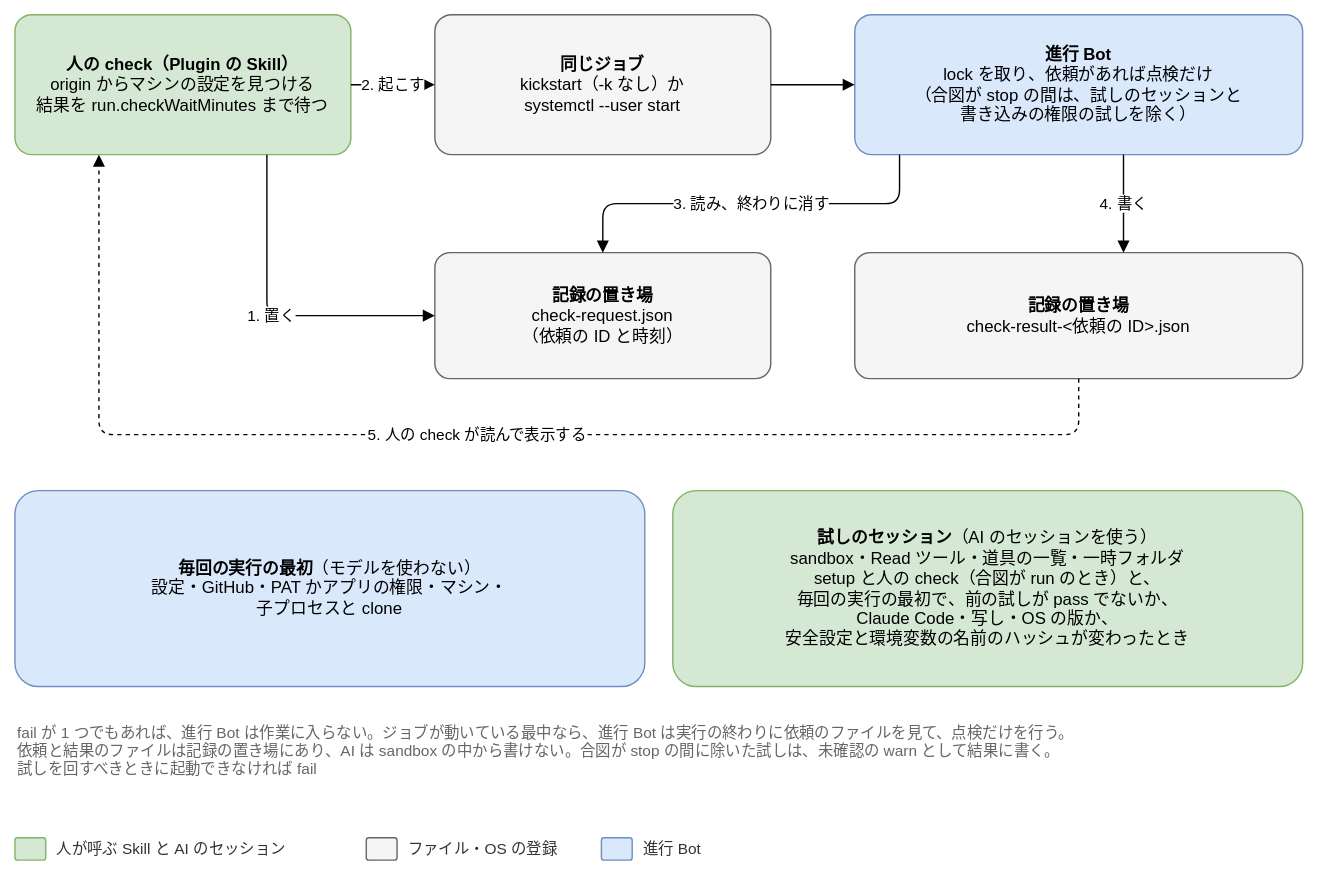
Above: docs/design/basic/diagrams/04-check.drawio.svg in Joymerrevent/dev-autopilot (draw.io), before the change. Source tidied: cells renumbered, new cells last; positions are measured from the earlier drawing's top-left corner, leaving out a move shared by most shapes.
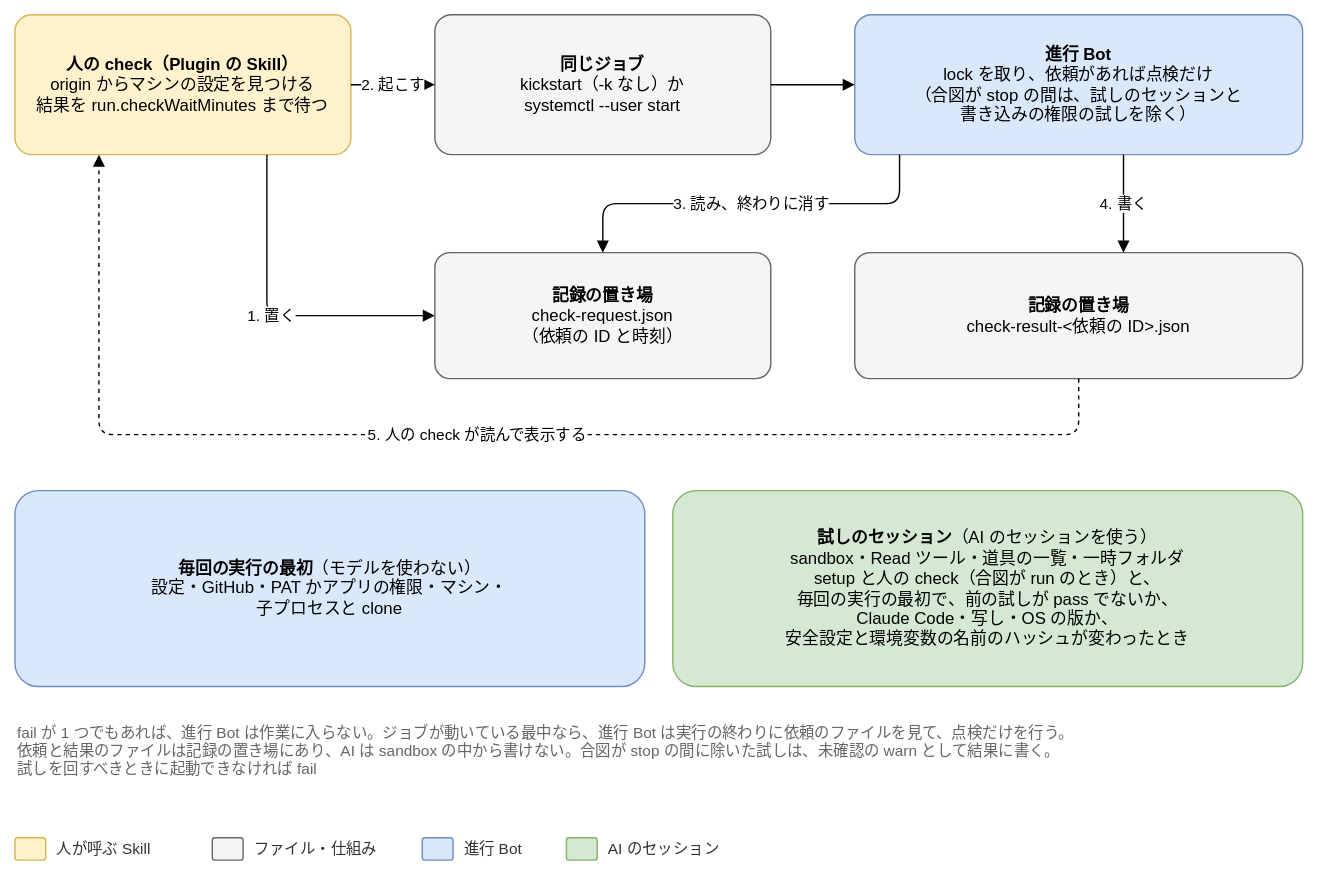
Later version of the same file.

What changed in the source:
```diff
@@ -2,7 +2,7 @@
   <root>
     <mxCell id="0" />
     <mxCell id="1" parent="0" />
-    <mxCell id="2" value="&lt;b&gt;人の check（Plugin の Skill）&lt;/b&gt;&lt;br&gt;origin からマシンの設定を見つける&lt;br&gt;結果を run.checkWaitMinutes まで待つ" style="rounded=1;whiteSpace=wrap;html=1;fontSize=12;arcSize=12;spacing=12;fillColor=#d5e8d4;strokeColor=#82b366;" parent="1" vertex="1">
+    <mxCell id="2" value="&lt;b&gt;人の check（Plugin の Skill）&lt;/b&gt;&lt;br&gt;origin からマシンの設定を見つける&lt;br&gt;結果を run.checkWaitMinutes まで待つ" style="rounded=1;whiteSpace=wrap;html=1;fontSize=12;arcSize=12;spacing=12;fillColor=#fff2cc;strokeColor=#d6b656;" parent="1" vertex="1">
       <mxGeometry width="240" height="100" as="geometry" />
     </mxCell>
     <mxCell id="3" value="&lt;b&gt;同じジョブ&lt;/b&gt;&lt;br&gt;kickstart（-k なし）か&lt;br&gt;systemctl --user start" style="rounded=1;whiteSpace=wrap;html=1;fontSize=12;arcSize=12;spacing=12;fillColor=#f5f5f5;strokeColor=#666666;" parent="1" vertex="1">
@@ -54,23 +54,29 @@
     <mxCell id="15" value="fail が 1 つでもあれば、進行 Bot は作業に入らない。ジョブが動いている最中なら、進行 Bot は実行の終わりに依頼のファイルを見て、点検だけを行う。&lt;br&gt;依頼と結果のファイルは記録の置き場にあり、AI は sandbox の中から書けない。合図が stop の間に除いた試しは、未確認の warn として結果に書く。&lt;br&gt;試しを回すべきときに起動できなければ fail" style="text;html=1;whiteSpace=wrap;align=left;verticalAlign=top;fontSize=11;fontColor=#666666;" parent="1" vertex="1">
       <mxGeometry y="500" width="920" height="70" as="geometry" />
     </mxCell>
-    <mxCell id="16" style="rounded=1;whiteSpace=wrap;html=1;fontSize=12;arcSize=12;spacing=12;fillColor=#d5e8d4;strokeColor=#82b366;" parent="1" vertex="1">
+    <mxCell id="16" style="rounded=1;whiteSpace=wrap;html=1;fontSize=12;arcSize=12;spacing=12;fillColor=#fff2cc;strokeColor=#d6b656;" parent="1" vertex="1">
       <mxGeometry y="588" width="22" height="16" as="geometry" />
     </mxCell>
-    <mxCell id="17" value="人が呼ぶ Skill と AI のセッション" style="text;html=1;align=left;verticalAlign=middle;fontSize=11;fontColor=#333333;" parent="1" vertex="1">
-      <mxGeometry x="28" y="586" width="207" height="20" as="geometry" />
+    <mxCell id="17" value="人が呼ぶ Skill" style="text;html=1;align=left;verticalAlign=middle;fontSize=11;fontColor=#333333;" parent="1" vertex="1">
+      <mxGeometry x="28" y="586" width="97" height="20" as="geometry" />
     </mxCell>
     <mxCell id="18" style="rounded=1;whiteSpace=wrap;html=1;fontSize=12;arcSize=12;spacing=12;fillColor=#f5f5f5;strokeColor=#666666;" parent="1" vertex="1">
-      <mxGeometry x="251" y="588" width="22" height="16" as="geometry" />
+      <mxGeometry x="141" y="588" width="22" height="16" as="geometry" />
     </mxCell>
-    <mxCell id="19" value="ファイル・OS の登録" style="text;html=1;align=left;verticalAlign=middle;fontSize=11;fontColor=#333333;" parent="1" vertex="1">
-      <mxGeometry x="279" y="586" width="124" height="20" as="geometry" />
+    <mxCell id="19" value="ファイル・仕組み" style="text;html=1;align=left;verticalAlign=middle;fontSize=11;fontColor=#333333;" parent="1" vertex="1">
+      <mxGeometry x="169" y="586" width="106" height="20" as="geometry" />
     </mxCell>
     <mxCell id="20" style="rounded=1;whiteSpace=wrap;html=1;fontSize=12;arcSize=12;spacing=12;fillColor=#dae8fc;strokeColor=#6c8ebf;" parent="1" vertex="1">
-      <mxGeometry x="419" y="588" width="22" height="16" as="geometry" />
+      <mxGeometry x="291" y="588" width="22" height="16" as="geometry" />
     </mxCell>
     <mxCell id="21" value="進行 Bot" style="text;html=1;align=left;verticalAlign=middle;fontSize=11;fontColor=#333333;" parent="1" vertex="1">
-      <mxGeometry x="447" y="586" width="59" height="20" as="geometry" />
+      <mxGeometry x="319" y="586" width="59" height="20" as="geometry" />
     </mxCell>
+    <mxCell id="22" style="rounded=1;whiteSpace=wrap;html=1;fontSize=12;arcSize=12;spacing=12;fillColor=#d5e8d4;strokeColor=#82b366;" parent="1" vertex="1">
+      <mxGeometry x="394" y="588" width="22" height="16" as="geometry" />
+    </mxCell>
+    <mxCell id="23" value="AI のセッション" style="text;html=1;align=left;verticalAlign=middle;fontSize=11;fontColor=#333333;" parent="1" vertex="1">
+      <mxGeometry x="422" y="586" width="100" height="20" as="geometry" />
+    </mxCell>
   </root>
 </mxGraphModel>
```
